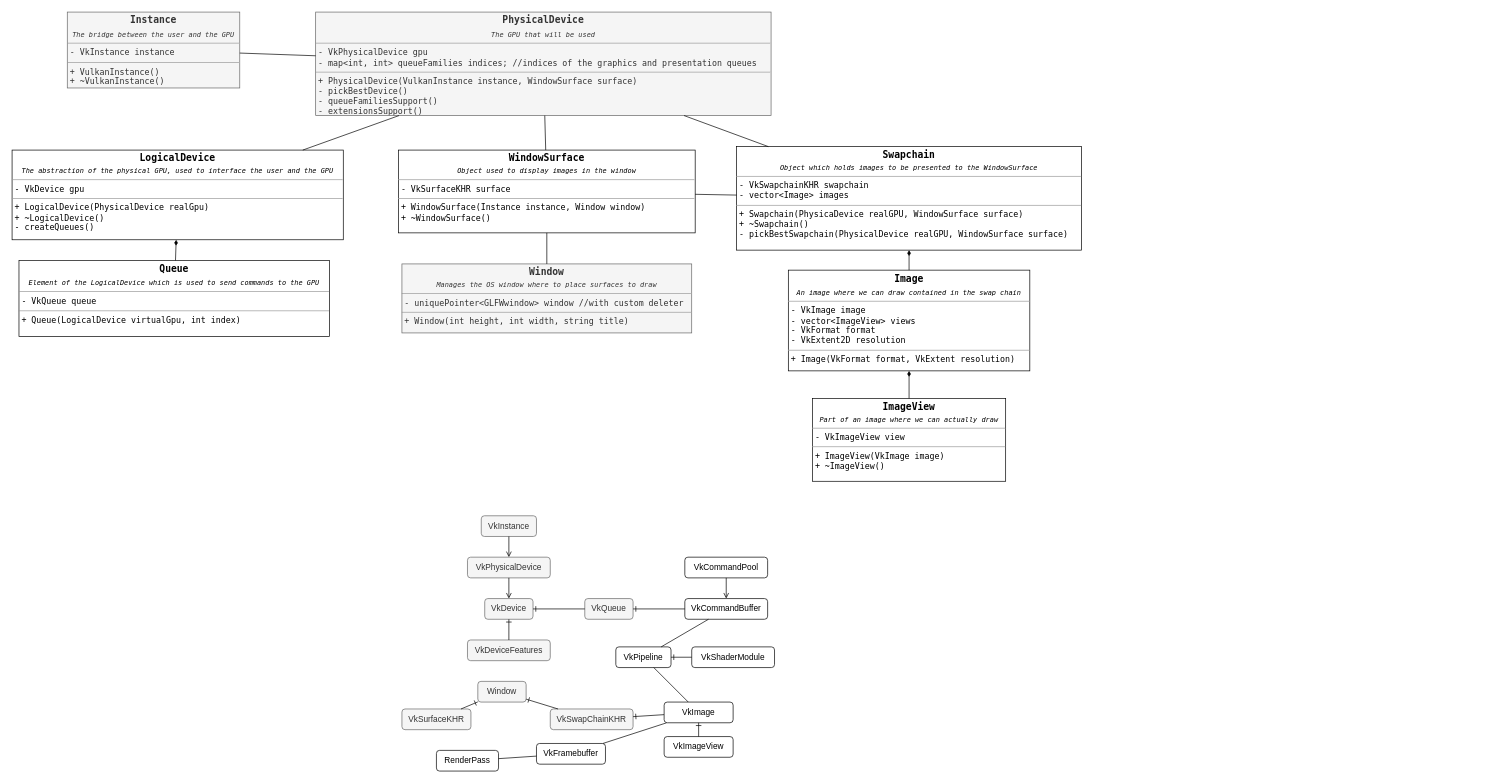
Before: docs/vulkan_code_organization.drawio in Lapo9/vOOlkan, a draw.io diagram. Source tidied: cells renumbered, new cells numbered last; positions are measured from the earlier drawing's top-left corner, leaving out a move shared by most shapes. Both pictures are drawn from the tidied source at 69%, with x=0, y=0 at pixel (12, 12).
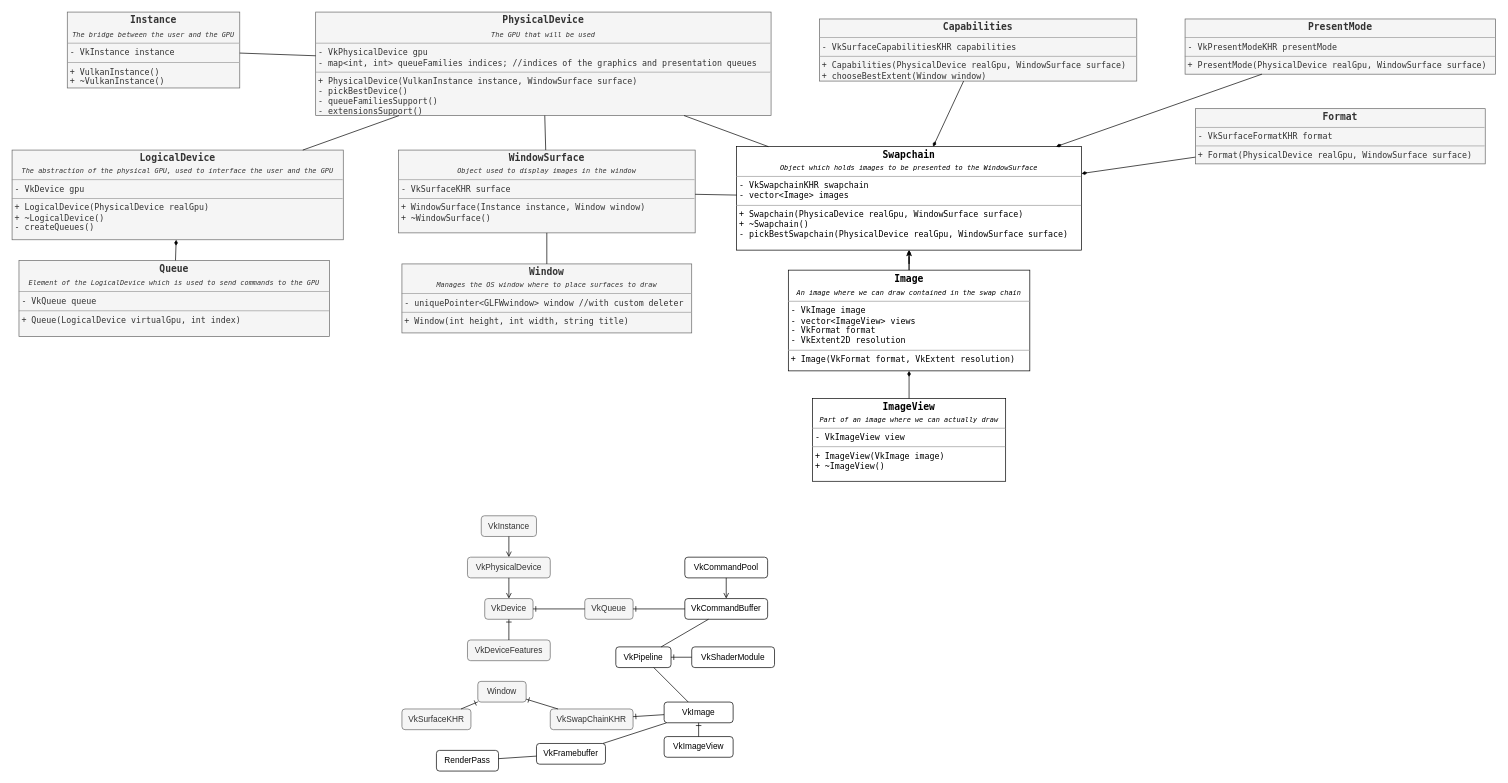
After the change.

Unchanged cells that the change refers to:
```xml
<mxCell id="48" value="&lt;p style=&quot;margin:0px;margin-top:4px;text-align:center;&quot;&gt;&lt;span style=&quot;background-color: initial; font-size: 14px;&quot;&gt;&lt;b&gt;Image&lt;/b&gt;&lt;/span&gt;&lt;/p&gt;&lt;p style=&quot;margin:0px;margin-top:4px;text-align:center;&quot;&gt;&lt;span style=&quot;font-size: 10px;&quot;&gt;&lt;i&gt;An image where we can draw contained in the swap chain&lt;/i&gt;&lt;/span&gt;&lt;/p&gt;&lt;hr size=&quot;1&quot;&gt;&lt;p style=&quot;margin:0px;margin-left:4px;&quot;&gt;- VkImage image&lt;br&gt;&lt;/p&gt;&lt;p style=&quot;margin:0px;margin-left:4px;&quot;&gt;- vector&amp;lt;ImageView&amp;gt; views&lt;/p&gt;&lt;p style=&quot;margin:0px;margin-left:4px;&quot;&gt;- VkFormat format&lt;/p&gt;&lt;p style=&quot;margin:0px;margin-left:4px;&quot;&gt;- VkExtent2D resolution&lt;/p&gt;&lt;hr size=&quot;1&quot;&gt;&lt;p style=&quot;margin:0px;margin-left:4px;&quot;&gt;+ Image(VkFormat format, VkExtent resolution)&lt;br&gt;&lt;/p&gt;" style="verticalAlign=top;align=left;overflow=fill;fontSize=12;fontFamily=Lucida Console;html=1;" parent="1" vertex="1">
  <mxGeometry x="1125" y="374" width="350" height="146" as="geometry" />
</mxCell>
```

What changed in the source:
```diff
@@
-    <mxCell id="37" value="&lt;p style=&quot;margin:0px;margin-top:4px;text-align:center;&quot;&gt;&lt;b&gt;&lt;font style=&quot;font-size: 14px;&quot;&gt;LogicalDevice&lt;/font&gt;&lt;/b&gt;&lt;/p&gt;&lt;p style=&quot;margin: 4px 0px 0px; text-align: center; font-size: 10px;&quot;&gt;&lt;i&gt;The abstraction of the physical GPU, used to interface the user and the GPU&lt;/i&gt;&lt;/p&gt;&lt;hr size=&quot;1&quot;&gt;&lt;p style=&quot;margin:0px;margin-left:4px;&quot;&gt;- VkDevice gpu&lt;br&gt;&lt;/p&gt;&lt;hr size=&quot;1&quot;&gt;&lt;p style=&quot;margin:0px;margin-left:4px;&quot;&gt;+ LogicalDevice(PhysicalDevice realGpu)&lt;br&gt;&lt;/p&gt;&lt;p style=&quot;margin:0px;margin-left:4px;&quot;&gt;+ ~LogicalDevice()&lt;/p&gt;&lt;p style=&quot;margin:0px;margin-left:4px;&quot;&gt;- createQueues()&lt;/p&gt;" style="verticalAlign=top;align=left;overflow=fill;fontSize=12;fontFamily=Lucida Console;html=1;" parent="1" vertex="1">
+    <mxCell id="37" value="&lt;p style=&quot;margin:0px;margin-top:4px;text-align:center;&quot;&gt;&lt;b&gt;&lt;font style=&quot;font-size: 14px;&quot;&gt;LogicalDevice&lt;/font&gt;&lt;/b&gt;&lt;/p&gt;&lt;p style=&quot;margin: 4px 0px 0px; text-align: center; font-size: 10px;&quot;&gt;&lt;i&gt;The abstraction of the physical GPU, used to interface the user and the GPU&lt;/i&gt;&lt;/p&gt;&lt;hr size=&quot;1&quot;&gt;&lt;p style=&quot;margin:0px;margin-left:4px;&quot;&gt;- VkDevice gpu&lt;br&gt;&lt;/p&gt;&lt;hr size=&quot;1&quot;&gt;&lt;p style=&quot;margin:0px;margin-left:4px;&quot;&gt;+ LogicalDevice(PhysicalDevice realGpu)&lt;br&gt;&lt;/p&gt;&lt;p style=&quot;margin:0px;margin-left:4px;&quot;&gt;+ ~LogicalDevice()&lt;/p&gt;&lt;p style=&quot;margin:0px;margin-left:4px;&quot;&gt;- createQueues()&lt;/p&gt;" style="verticalAlign=top;align=left;overflow=fill;fontSize=12;fontFamily=Lucida Console;html=1;fillColor=#f5f5f5;fontColor=#333333;strokeColor=#666666;" parent="1" vertex="1">
       <mxGeometry y="200" width="480" height="130" as="geometry" />
     </mxCell>
-    <mxCell id="38" value="&lt;p style=&quot;margin:0px;margin-top:4px;text-align:center;&quot;&gt;&lt;span style=&quot;background-color: initial; font-size: 14px;&quot;&gt;&lt;b&gt;Queue&lt;/b&gt;&lt;/span&gt;&lt;/p&gt;&lt;p style=&quot;margin:0px;margin-top:4px;text-align:center;&quot;&gt;&lt;i style=&quot;font-size: 10px; background-color: initial;&quot;&gt;Element of the LogicalDevice which is used to send commands to the GPU&lt;/i&gt;&lt;br&gt;&lt;/p&gt;&lt;hr size=&quot;1&quot;&gt;&lt;p style=&quot;margin:0px;margin-left:4px;&quot;&gt;- VkQueue queue&lt;br&gt;&lt;/p&gt;&lt;hr size=&quot;1&quot;&gt;&lt;p style=&quot;margin:0px;margin-left:4px;&quot;&gt;+ Queue(LogicalDevice virtualGpu, int index)&lt;br&gt;&lt;/p&gt;" style="verticalAlign=top;align=left;overflow=fill;fontSize=12;fontFamily=Lucida Console;html=1;" parent="1" vertex="1">
+    <mxCell id="38" value="&lt;p style=&quot;margin:0px;margin-top:4px;text-align:center;&quot;&gt;&lt;span style=&quot;background-color: initial; font-size: 14px;&quot;&gt;&lt;b&gt;Queue&lt;/b&gt;&lt;/span&gt;&lt;/p&gt;&lt;p style=&quot;margin:0px;margin-top:4px;text-align:center;&quot;&gt;&lt;i style=&quot;font-size: 10px; background-color: initial;&quot;&gt;Element of the LogicalDevice which is used to send commands to the GPU&lt;/i&gt;&lt;br&gt;&lt;/p&gt;&lt;hr size=&quot;1&quot;&gt;&lt;p style=&quot;margin:0px;margin-left:4px;&quot;&gt;- VkQueue queue&lt;br&gt;&lt;/p&gt;&lt;hr size=&quot;1&quot;&gt;&lt;p style=&quot;margin:0px;margin-left:4px;&quot;&gt;+ Queue(LogicalDevice virtualGpu, int index)&lt;br&gt;&lt;/p&gt;" style="verticalAlign=top;align=left;overflow=fill;fontSize=12;fontFamily=Lucida Console;html=1;fillColor=#f5f5f5;fontColor=#333333;strokeColor=#666666;" parent="1" vertex="1">
       <mxGeometry x="10" y="360" width="450" height="110" as="geometry" />
     </mxCell>
@@
-    <mxCell id="41" value="&lt;p style=&quot;margin:0px;margin-top:4px;text-align:center;&quot;&gt;&lt;b&gt;&lt;font style=&quot;font-size: 14px;&quot;&gt;WindowSurface&lt;/font&gt;&lt;/b&gt;&lt;/p&gt;&lt;p style=&quot;margin: 4px 0px 0px; text-align: center; font-size: 10px;&quot;&gt;&lt;i&gt;Object used to display images in the window&lt;/i&gt;&lt;/p&gt;&lt;hr size=&quot;1&quot;&gt;&lt;p style=&quot;margin:0px;margin-left:4px;&quot;&gt;- VkSurfaceKHR surface&lt;br&gt;&lt;/p&gt;&lt;hr size=&quot;1&quot;&gt;&lt;p style=&quot;margin:0px;margin-left:4px;&quot;&gt;+ WindowSurface(Instance instance, Window window)&lt;br&gt;&lt;/p&gt;&lt;p style=&quot;margin:0px;margin-left:4px;&quot;&gt;+ ~WindowSurface()&lt;/p&gt;" style="verticalAlign=top;align=left;overflow=fill;fontSize=12;fontFamily=Lucida Console;html=1;" parent="1" vertex="1">
+    <mxCell id="41" value="&lt;p style=&quot;margin:0px;margin-top:4px;text-align:center;&quot;&gt;&lt;b&gt;&lt;font style=&quot;font-size: 14px;&quot;&gt;WindowSurface&lt;/font&gt;&lt;/b&gt;&lt;/p&gt;&lt;p style=&quot;margin: 4px 0px 0px; text-align: center; font-size: 10px;&quot;&gt;&lt;i&gt;Object used to display images in the window&lt;/i&gt;&lt;/p&gt;&lt;hr size=&quot;1&quot;&gt;&lt;p style=&quot;margin:0px;margin-left:4px;&quot;&gt;- VkSurfaceKHR surface&lt;br&gt;&lt;/p&gt;&lt;hr size=&quot;1&quot;&gt;&lt;p style=&quot;margin:0px;margin-left:4px;&quot;&gt;+ WindowSurface(Instance instance, Window window)&lt;br&gt;&lt;/p&gt;&lt;p style=&quot;margin:0px;margin-left:4px;&quot;&gt;+ ~WindowSurface()&lt;/p&gt;" style="verticalAlign=top;align=left;overflow=fill;fontSize=12;fontFamily=Lucida Console;html=1;fillColor=#f5f5f5;fontColor=#333333;strokeColor=#666666;" parent="1" vertex="1">
       <mxGeometry x="560" y="200" width="430" height="120" as="geometry" />
     </mxCell>
@@
-    <mxCell id="45" value="&lt;p style=&quot;margin:0px;margin-top:4px;text-align:center;&quot;&gt;&lt;b&gt;&lt;font style=&quot;font-size: 14px;&quot;&gt;Swapchain&lt;/font&gt;&lt;/b&gt;&lt;/p&gt;&lt;p style=&quot;margin: 4px 0px 0px; text-align: center; font-size: 10px;&quot;&gt;&lt;i&gt;Object which holds images to be presented to the WindowSurface&lt;/i&gt;&lt;/p&gt;&lt;hr size=&quot;1&quot;&gt;&lt;p style=&quot;margin:0px;margin-left:4px;&quot;&gt;- VkSwapchainKHR swapchain&lt;br&gt;&lt;/p&gt;&lt;p style=&quot;margin:0px;margin-left:4px;&quot;&gt;- vector&amp;lt;Image&amp;gt; images&lt;/p&gt;&lt;hr size=&quot;1&quot;&gt;&lt;p style=&quot;margin:0px;margin-left:4px;&quot;&gt;+ Swapchain(PhysicaDevice realGPU, WindowSurface surface)&lt;br&gt;&lt;/p&gt;&lt;p style=&quot;margin:0px;margin-left:4px;&quot;&gt;+ ~Swapchain()&lt;/p&gt;&lt;p style=&quot;margin:0px;margin-left:4px;&quot;&gt;- pickBestSwapchain(PhysicalDevice realGPU, WindowSurface surface)&lt;/p&gt;" style="verticalAlign=top;align=left;overflow=fill;fontSize=12;fontFamily=Lucida Console;html=1;" parent="1" vertex="1">
+    <mxCell id="45" value="&lt;p style=&quot;margin:0px;margin-top:4px;text-align:center;&quot;&gt;&lt;b&gt;&lt;font style=&quot;font-size: 14px;&quot;&gt;Swapchain&lt;/font&gt;&lt;/b&gt;&lt;/p&gt;&lt;p style=&quot;margin: 4px 0px 0px; text-align: center; font-size: 10px;&quot;&gt;&lt;i&gt;Object which holds images to be presented to the WindowSurface&lt;/i&gt;&lt;/p&gt;&lt;hr size=&quot;1&quot;&gt;&lt;p style=&quot;margin:0px;margin-left:4px;&quot;&gt;- VkSwapchainKHR swapchain&lt;br&gt;&lt;/p&gt;&lt;p style=&quot;margin:0px;margin-left:4px;&quot;&gt;- vector&amp;lt;Image&amp;gt; images&lt;/p&gt;&lt;hr size=&quot;1&quot;&gt;&lt;p style=&quot;margin:0px;margin-left:4px;&quot;&gt;+ Swapchain(PhysicaDevice realGpu, WindowSurface surface)&lt;br&gt;&lt;/p&gt;&lt;p style=&quot;margin:0px;margin-left:4px;&quot;&gt;+ ~Swapchain()&lt;/p&gt;&lt;p style=&quot;margin:0px;margin-left:4px;&quot;&gt;- pickBestSwapchain(PhysicalDevice realGpu, WindowSurface surface)&lt;/p&gt;" style="verticalAlign=top;align=left;overflow=fill;fontSize=12;fontFamily=Lucida Console;html=1;" parent="1" vertex="1">
       <mxGeometry x="1050" y="195" width="500" height="150" as="geometry" />
     </mxCell>
@@
+    <mxCell id="52" style="edgeStyle=orthogonalEdgeStyle;rounded=0;jettySize=auto;html=1;" parent="1" edge="1" source="48" target="45">
+      <mxGeometry relative="1" as="geometry" />
+    </mxCell>
@@
+    <mxCell id="53" value="&lt;p style=&quot;margin:0px;margin-top:4px;text-align:center;&quot;&gt;&lt;b&gt;&lt;font style=&quot;font-size: 14px;&quot;&gt;Format&lt;/font&gt;&lt;/b&gt;&lt;/p&gt;&lt;hr size=&quot;1&quot;&gt;&lt;p style=&quot;margin:0px;margin-left:4px;&quot;&gt;-&amp;nbsp;VkSurfaceFormatKHR format&lt;/p&gt;&lt;hr size=&quot;1&quot;&gt;&lt;p style=&quot;margin:0px;margin-left:4px;&quot;&gt;+ Format(PhysicalDevice realGpu, WindowSurface surface)&lt;/p&gt;" style="verticalAlign=top;align=left;overflow=fill;fontSize=12;fontFamily=Lucida Console;html=1;fillColor=#f5f5f5;fontColor=#333333;strokeColor=#666666;" parent="1" vertex="1">
+      <mxGeometry x="1715" y="140" width="420" height="80" as="geometry" />
+    </mxCell>
+    <mxCell id="54" value="&lt;p style=&quot;margin:0px;margin-top:4px;text-align:center;&quot;&gt;&lt;b&gt;&lt;font style=&quot;font-size: 14px;&quot;&gt;PresentMode&lt;/font&gt;&lt;/b&gt;&lt;/p&gt;&lt;hr size=&quot;1&quot;&gt;&lt;p style=&quot;margin:0px;margin-left:4px;&quot;&gt;-&amp;nbsp;VkPresentModeKHR presentMode&lt;/p&gt;&lt;hr size=&quot;1&quot;&gt;&lt;p style=&quot;margin:0px;margin-left:4px;&quot;&gt;+ PresentMode(PhysicalDevice realGpu, WindowSurface surface)&lt;br&gt;&lt;/p&gt;" style="verticalAlign=top;align=left;overflow=fill;fontSize=12;fontFamily=Lucida Console;html=1;fillColor=#f5f5f5;fontColor=#333333;strokeColor=#666666;" parent="1" vertex="1">
+      <mxGeometry x="1700" y="10" width="450" height="80" as="geometry" />
+    </mxCell>
+    <mxCell id="55" value="&lt;p style=&quot;margin:0px;margin-top:4px;text-align:center;&quot;&gt;&lt;b&gt;&lt;font style=&quot;font-size: 14px;&quot;&gt;Capabilities&lt;/font&gt;&lt;/b&gt;&lt;/p&gt;&lt;hr size=&quot;1&quot;&gt;&lt;p style=&quot;margin:0px;margin-left:4px;&quot;&gt;- VkSurfaceCapabilitiesKHR capabilities&lt;/p&gt;&lt;hr size=&quot;1&quot;&gt;&lt;p style=&quot;margin:0px;margin-left:4px;&quot;&gt;+ Capabilities(PhysicalDevice realGpu, WindowSurface surface)&lt;/p&gt;&lt;p style=&quot;margin:0px;margin-left:4px;&quot;&gt;+ chooseBestExtent(Window window)&lt;/p&gt;" style="verticalAlign=top;align=left;overflow=fill;fontSize=12;fontFamily=Lucida Console;html=1;fillColor=#f5f5f5;fontColor=#333333;strokeColor=#666666;" parent="1" vertex="1">
+      <mxGeometry x="1170" y="10" width="460" height="90" as="geometry" />
+    </mxCell>
+    <mxCell id="56" style="endArrow=diamondThin;html=1;rounded=0;endFill=1;" parent="1" edge="1" source="53" target="45">
+      <mxGeometry relative="1" as="geometry" />
+    </mxCell>
+    <mxCell id="57" style="endArrow=diamondThin;html=1;rounded=0;endFill=1;" parent="1" edge="1" source="54" target="45">
+      <mxGeometry relative="1" as="geometry" />
+    </mxCell>
+    <mxCell id="58" style="endArrow=diamondThin;html=1;rounded=0;endFill=1;" parent="1" edge="1" source="55" target="45">
+      <mxGeometry relative="1" as="geometry" />
+    </mxCell>
```
